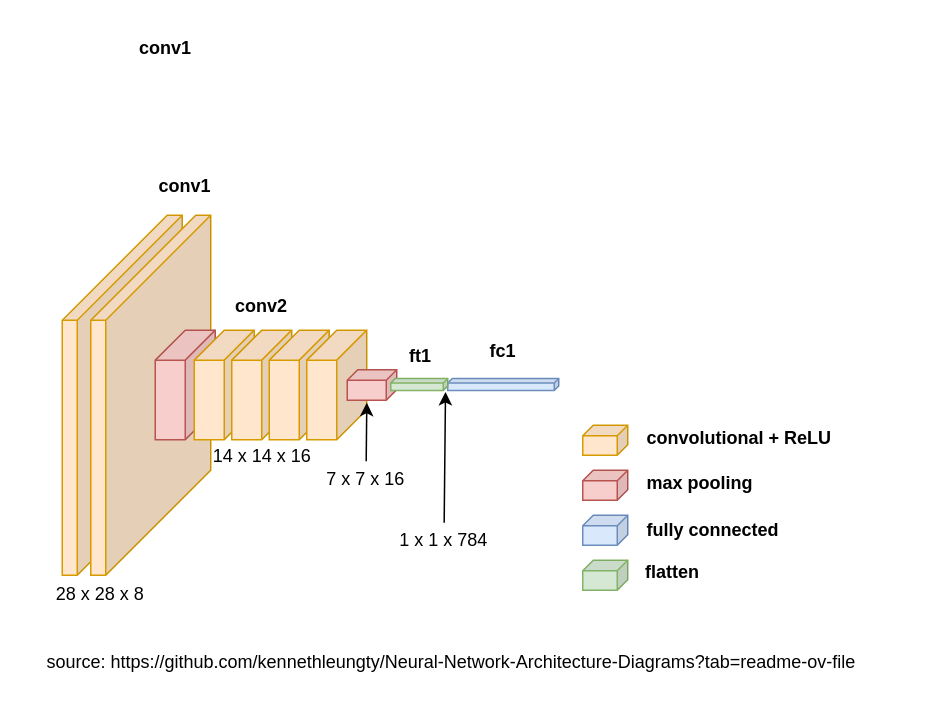
The draw.io diagram assets/cnn-design.drawio in GehriJan/cnn-analyzation, before the edit. Source tidied: cells renumbered, new cells numbered last; positions are measured from the earlier drawing's top-left corner, leaving out a move shared by most shapes. Both pictures are drawn from the tidied source at 150%, with x=0, y=0 at pixel (26, 26).
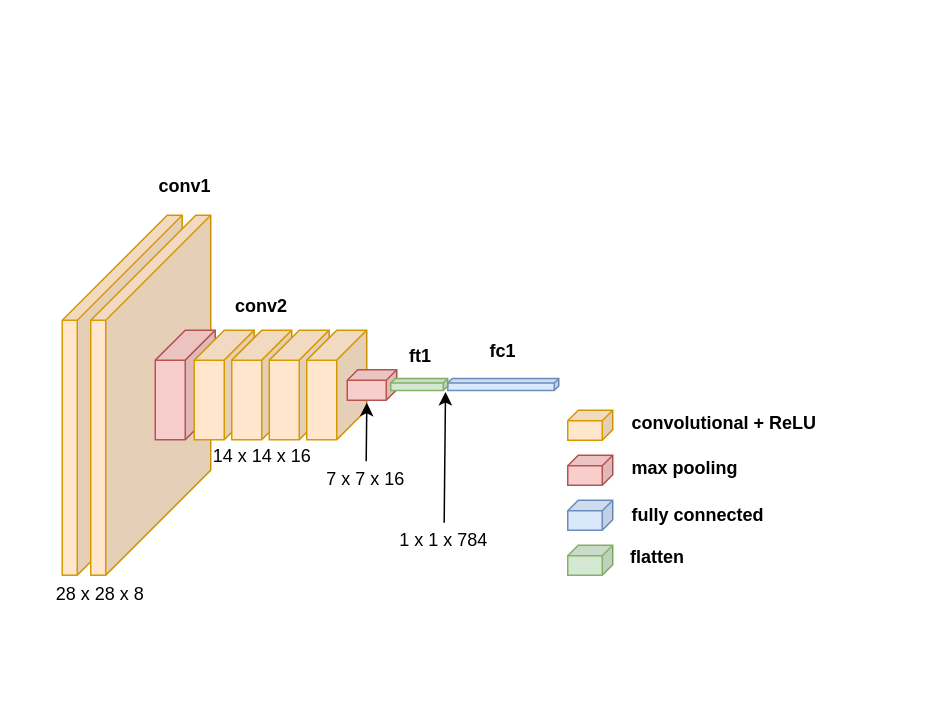
The same diagram, later.

What changed in the source:
```diff
@@
     <mxCell id="7" style="shape=cube;whiteSpace=wrap;html=1;boundedLbl=1;backgroundOutline=1;darkOpacity=0.05;darkOpacity2=0.1;size=7;direction=east;flipH=1;fillColor=#ffe6cc;strokeColor=#d79b00;" parent="1" vertex="1">
-      <mxGeometry x="371" y="266" width="30" height="20" as="geometry" />
+      <mxGeometry x="361" y="256" width="30" height="20" as="geometry" />
     </mxCell>
     <mxCell id="8" style="shape=cube;whiteSpace=wrap;html=1;boundedLbl=1;backgroundOutline=1;darkOpacity=0.05;darkOpacity2=0.1;size=7;direction=east;flipH=1;fillColor=#f8cecc;strokeColor=#b85450;" parent="1" vertex="1">
-      <mxGeometry x="371" y="296" width="30" height="20" as="geometry" />
+      <mxGeometry x="361" y="286" width="30" height="20" as="geometry" />
     </mxCell>
     <mxCell id="9" style="shape=cube;whiteSpace=wrap;html=1;boundedLbl=1;backgroundOutline=1;darkOpacity=0.05;darkOpacity2=0.1;size=7;direction=east;flipH=1;fillColor=#dae8fc;strokeColor=#6c8ebf;" parent="1" vertex="1">
-      <mxGeometry x="371" y="326" width="30" height="20" as="geometry" />
+      <mxGeometry x="361" y="316" width="30" height="20" as="geometry" />
     </mxCell>
     <mxCell id="10" style="shape=cube;whiteSpace=wrap;html=1;boundedLbl=1;backgroundOutline=1;darkOpacity=0.05;darkOpacity2=0.1;size=7;direction=east;flipH=1;fillColor=#d5e8d4;strokeColor=#82b366;" parent="1" vertex="1">
-      <mxGeometry x="371" y="356" width="30" height="20" as="geometry" />
+      <mxGeometry x="361" y="346" width="30" height="20" as="geometry" />
     </mxCell>
-    <mxCell id="11" value="&lt;b&gt;conv1&lt;/b&gt;" style="text;html=1;strokeColor=none;fillColor=none;align=center;verticalAlign=middle;whiteSpace=wrap;rounded=0;" parent="1" vertex="1">
-      <mxGeometry x="73" width="40" height="30" as="geometry" />
-    </mxCell>
@@
     <mxCell id="16" value="convolutional + ReLU" style="text;html=1;strokeColor=none;fillColor=none;align=left;verticalAlign=middle;whiteSpace=wrap;rounded=0;fontStyle=1;" parent="1" vertex="1">
-      <mxGeometry x="412" y="263.1" width="138" height="23.9" as="geometry" />
+      <mxGeometry x="402" y="253.1" width="138" height="23.9" as="geometry" />
     </mxCell>
     <mxCell id="17" value="max pooling" style="text;html=1;strokeColor=none;fillColor=none;align=left;verticalAlign=middle;whiteSpace=wrap;rounded=0;fontStyle=1;" parent="1" vertex="1">
-      <mxGeometry x="412" y="293.1" width="138" height="23.9" as="geometry" />
+      <mxGeometry x="402" y="283.1" width="138" height="23.9" as="geometry" />
     </mxCell>
     <mxCell id="18" value="fully connected" style="text;html=1;strokeColor=none;fillColor=none;align=left;verticalAlign=middle;whiteSpace=wrap;rounded=0;fontStyle=1;" parent="1" vertex="1">
-      <mxGeometry x="412" y="324.1" width="138" height="23.9" as="geometry" />
+      <mxGeometry x="402" y="314.1" width="138" height="23.9" as="geometry" />
     </mxCell>
     <mxCell id="19" value="flatten" style="text;html=1;strokeColor=none;fillColor=none;align=left;verticalAlign=middle;whiteSpace=wrap;rounded=0;fontStyle=1;" parent="1" vertex="1">
-      <mxGeometry x="411" y="352.1" width="138" height="23.9" as="geometry" />
+      <mxGeometry x="401" y="342.1" width="138" height="23.9" as="geometry" />
     </mxCell>
@@
-    <mxCell id="31" value="source: https://github.com/kennethleungty/Neural-Network-Architecture-Diagrams?tab=readme-ov-file" style="text;whiteSpace=wrap;" parent="1" vertex="1">
-      <mxGeometry x="12" y="410" width="579" height="40" as="geometry" />
-    </mxCell>
```
